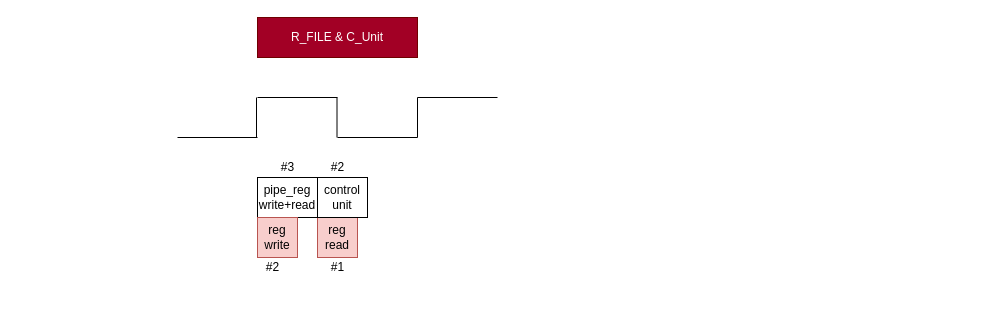
Earlier version of the draw.io diagram page "Page-8" (7 of 13) of Instruction memory/InstrCacheFSM.drawio (cepdnaclk/e16-co502-RISCV-Pipeline-CPU-Implimentation-Group2). Source tidied: cells renumbered, new cells numbered last; positions are measured from the earlier drawing's top-left corner, leaving out a move shared by most shapes. Both pictures are drawn from the tidied source at 100%, with x=0, y=0 at pixel (17, 17).
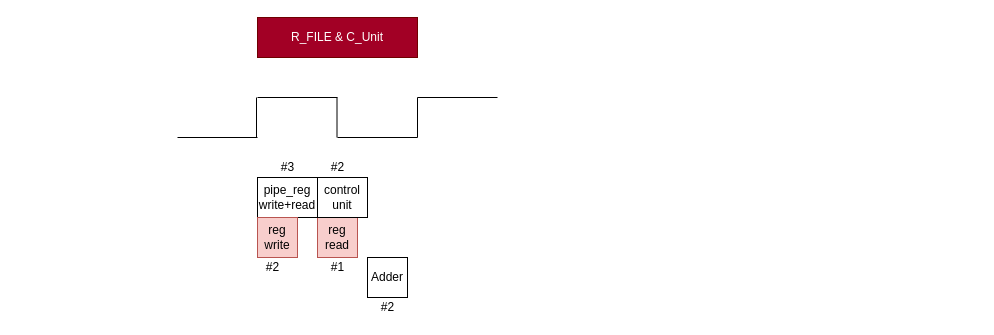
After the change.

What changed in the source:
```diff
@@
+    <mxCell id="19" value="Adder" style="rounded=0;whiteSpace=wrap;html=1;" parent="1" vertex="1">
+      <mxGeometry x="350" y="240" width="40" height="40" as="geometry" />
+    </mxCell>
+    <mxCell id="20" value="#2" style="text;html=1;align=center;verticalAlign=middle;strokeColor=none;" parent="1" vertex="1">
+      <mxGeometry x="355" y="280" width="30" height="20" as="geometry" />
+    </mxCell>
```
